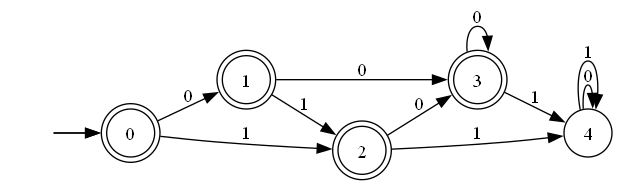
This is automataD.gv.png from donmatthiuz/Laboratorios_Teoria_Computacion-, a Graphviz export, as it was before one commit. Its source is kept beside it as automataD.gv.
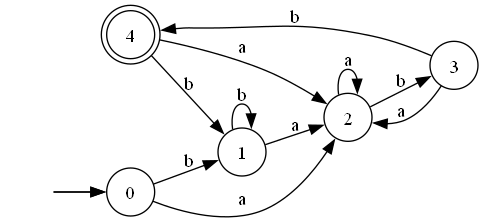
Above is the later version.

What changed in the source:
```diff
@@ -1,23 +1,20 @@
 digraph finite_state_machine {
 	rankdir=LR size="8,5"
 	node [shape=doublecircle]
-	0
-	1
-	2
-	3
+	4
 	node [shape=circle]
 	"" [style=invis]
 	"" -> 0
-	0 -> 1 [label=0]
+	0 -> 1 [label=b]
 	"" [style=invis]
 	"" -> 0
-	0 -> 2 [label=1]
-	1 -> 3 [label=0]
-	1 -> 2 [label=1]
-	2 -> 3 [label=0]
-	2 -> 4 [label=1]
-	3 -> 3 [label=0]
-	3 -> 4 [label=1]
-	4 -> 4 [label=0]
-	4 -> 4 [label=1]
+	0 -> 2 [label=a]
+	1 -> 1 [label=b]
+	1 -> 2 [label=a]
+	2 -> 3 [label=b]
+	2 -> 2 [label=a]
+	3 -> 4 [label=b]
+	3 -> 2 [label=a]
+	4 -> 1 [label=b]
+	4 -> 2 [label=a]
 }
```
